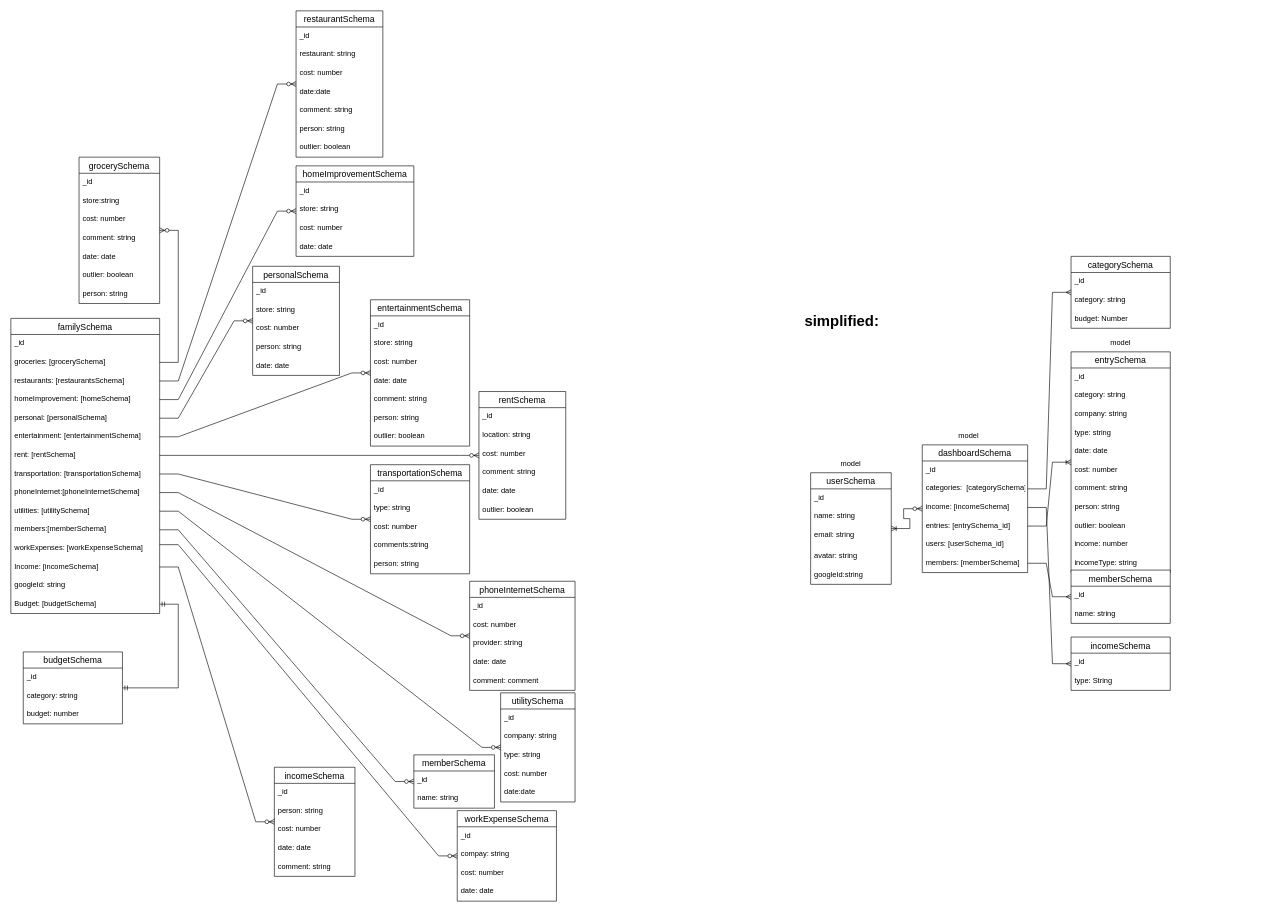
Before: personalfinance.drawio in vanessaycui/budget-app, a draw.io diagram. Source tidied: cells renumbered, new cells numbered last; positions are measured from the earlier drawing's top-left corner, leaving out a move shared by most shapes. Both pictures are drawn from the tidied source at 62%, with x=0, y=0 at pixel (11, 11).
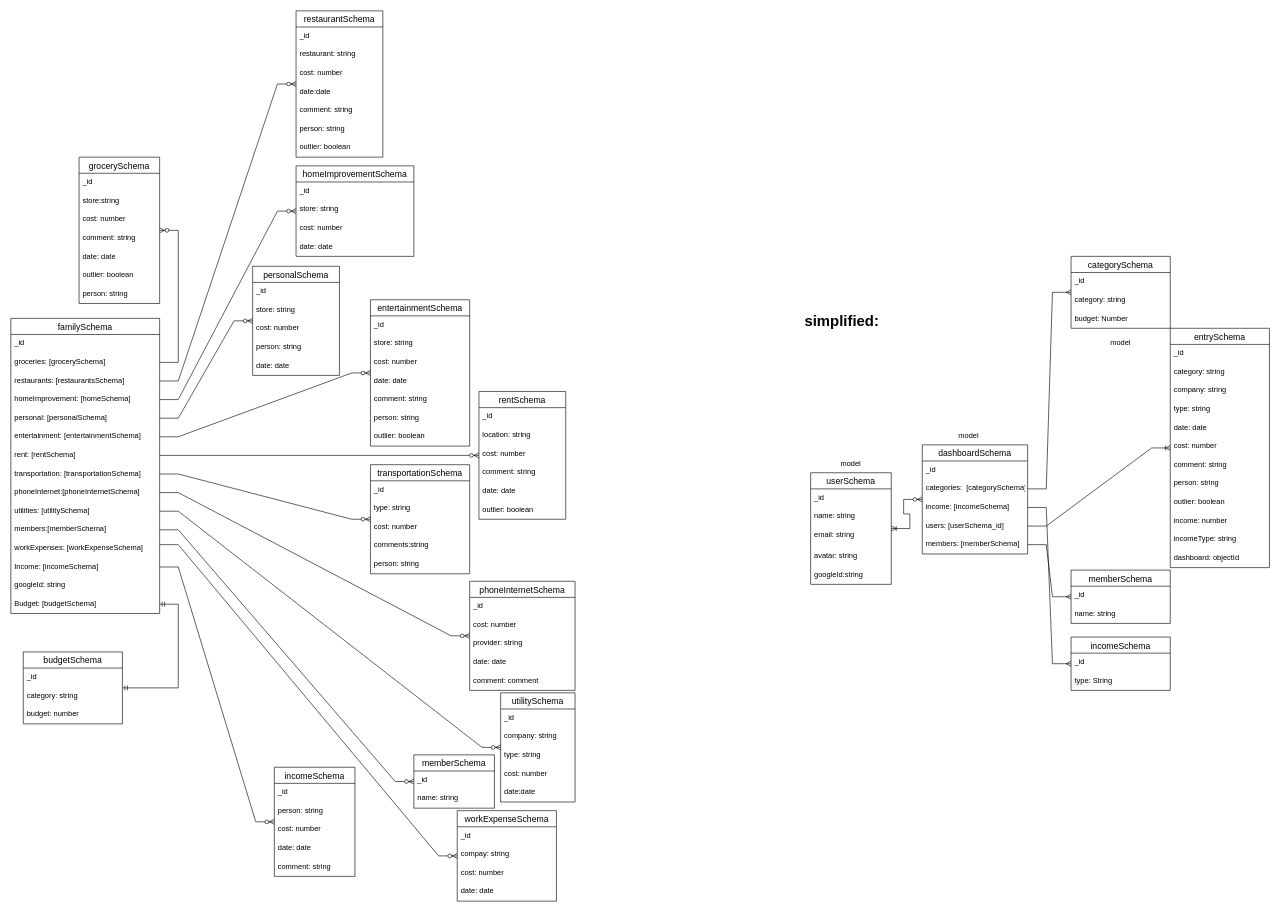
Above is the later version.

Commit message (it also covers changes not shown here):
debug entries. values are displaying on dashboard

Diff of the diagram source:
```diff
@@
     <mxCell id="109" value="entrySchema" style="swimlane;fontStyle=0;horizontal=1;startSize=26;align=center;fontSize=14;" parent="1" vertex="1">
-      <mxGeometry x="1710" y="550" width="160" height="356" as="geometry" />
+      <mxGeometry x="1870" y="512" width="160" height="386" as="geometry" />
     </mxCell>
@@
+    <mxCell id="153" value="dashboard: objectId" style="text;strokeColor=none;fillColor=none;spacingLeft=4;spacingRight=4;overflow=hidden;fontSize=12;" parent="109" vertex="1">
+      <mxGeometry y="356" width="160" height="30" as="geometry" />
+    </mxCell>
     <mxCell id="121" value="dashboardSchema" style="swimlane;fontStyle=0;horizontal=1;startSize=26;align=center;fontSize=14;" parent="1" vertex="1">
-      <mxGeometry x="1470" y="700" width="170" height="206" as="geometry" />
+      <mxGeometry x="1470" y="700" width="170" height="176" as="geometry" />
     </mxCell>
@@
-    <mxCell id="125" value="entries: [entrySchema_id]" style="text;strokeColor=none;fillColor=none;spacingLeft=4;spacingRight=4;overflow=hidden;points=[[0,0.5],[1,0.5]];portConstraint=eastwest;fontSize=12;" parent="121" vertex="1">
-      <mxGeometry y="116" width="170" height="30" as="geometry" />
-    </mxCell>
     <mxCell id="126" value="users: [userSchema_id]" style="text;strokeColor=none;fillColor=none;spacingLeft=4;spacingRight=4;overflow=hidden;fontSize=12;" parent="121" vertex="1">
-      <mxGeometry y="146" width="170" height="30" as="geometry" />
+      <mxGeometry y="116" width="170" height="30" as="geometry" />
     </mxCell>
     <mxCell id="127" value="members: [memberSchema]" style="text;strokeColor=none;fillColor=none;spacingLeft=4;spacingRight=4;overflow=hidden;points=[[0,0.5],[1,0.5]];portConstraint=eastwest;fontSize=12;" parent="121" vertex="1">
-      <mxGeometry y="176" width="170" height="30" as="geometry" />
+      <mxGeometry y="146" width="170" height="30" as="geometry" />
     </mxCell>
@@
-    <mxCell id="129" style="edgeStyle=entityRelationEdgeStyle;fontSize=12;html=1;endArrow=ERoneToMany;rounded=0;exitX=1;exitY=0.5;exitDx=0;exitDy=0;" parent="1" edge="1" source="125" target="109">
-      <mxGeometry relative="1" as="geometry" />
+    <mxCell id="129" style="edgeStyle=entityRelationEdgeStyle;fontSize=12;html=1;endArrow=ERoneToMany;rounded=0;exitX=1;exitY=0.5;exitDx=0;exitDy=0;" parent="1" edge="1" target="109">
+      <mxGeometry relative="1" as="geometry">
+        <mxPoint x="1640" y="831" as="sourcePoint" />
+      </mxGeometry>
     </mxCell>
```
